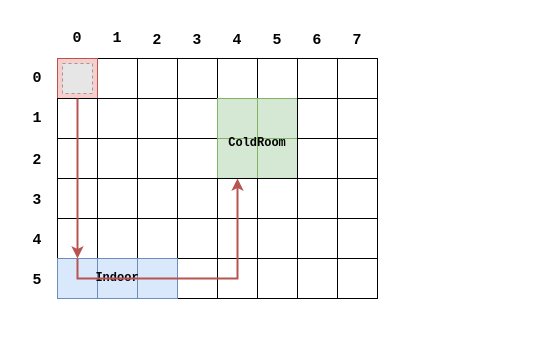
Above: Sprint0/userDocs/resources/draw/userStory3.drawio in LEOB3TA/ColdStorageService-Project (draw.io), before the change. Source tidied: cells renumbered, new cells numbered last; positions are measured from the earlier drawing's top-left corner, leaving out a move shared by most shapes. Both pictures are drawn from the tidied source at 100%, with x=0, y=0 at pixel (17, 18). Pictures stored in the file or linked from it are replaced by grey dashed boxes.
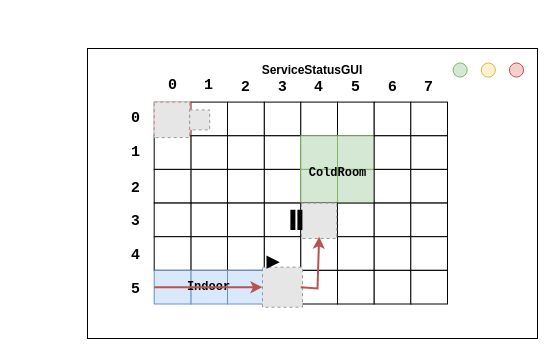
The same diagram, later.

The edit, as a diff of the source:
```diff
@@
+    <mxCell id="70" style="group;" parent="1" vertex="1">
+      <mxGeometry x="70" y="30" width="450" height="294.5" as="geometry" />
+    </mxCell>
+    <mxCell id="71" style="rounded=0;whiteSpace=wrap;html=1;" parent="70" vertex="1">
+      <mxGeometry width="450" height="290" as="geometry" />
+    </mxCell>
+    <mxCell id="72" value="&lt;h4&gt;ServiceStatusGUI&lt;/h4&gt;" style="text;html=1;strokeColor=none;fillColor=none;align=center;verticalAlign=middle;whiteSpace=wrap;rounded=0;" parent="70" vertex="1">
+      <mxGeometry x="182.8" width="84.4" height="43.5" as="geometry" />
+    </mxCell>
+    <mxCell id="73" style="ellipse;whiteSpace=wrap;html=1;fillColor=#f8cecc;strokeColor=#b85450;" parent="70" vertex="1">
+      <mxGeometry x="421.9" y="14.5" width="14.1" height="14.1" as="geometry" />
+    </mxCell>
+    <mxCell id="74" style="ellipse;whiteSpace=wrap;html=1;fillColor=#fff2cc;strokeColor=#d6b656;" parent="70" vertex="1">
+      <mxGeometry x="393.8" y="14.5" width="14.1" height="14.1" as="geometry" />
+    </mxCell>
+    <mxCell id="75" style="ellipse;whiteSpace=wrap;html=1;fillColor=#d5e8d4;strokeColor=#82b366;" parent="70" vertex="1">
+      <mxGeometry x="365.6" y="14.5" width="14.1" height="14.1" as="geometry" />
+    </mxCell>
-    <mxCell id="2" style="group;" parent="1" vertex="1">
-      <mxGeometry width="360" height="280" as="geometry" />
+    <mxCell id="2" style="group;" parent="70" vertex="1">
+      <mxGeometry x="30" y="20" width="330" height="238.7" as="geometry" />
     </mxCell>
     <mxCell id="3" style="rounded=0;whiteSpace=wrap;html=1;" parent="2" vertex="1">
-      <mxGeometry x="240" y="40" width="40" height="40" as="geometry" />
+      <mxGeometry x="220" y="33.6" width="36.7" height="33.6" as="geometry" />
     </mxCell>
     <mxCell id="4" style="rounded=0;whiteSpace=wrap;html=1;fillColor=#d5e8d4;strokeColor=#82b366;" parent="2" vertex="1">
-      <mxGeometry x="240" y="80" width="40" height="40" as="geometry" />
+      <mxGeometry x="220" y="67.3" width="36.7" height="33.6" as="geometry" />
     </mxCell>
     <mxCell id="5" style="rounded=0;whiteSpace=wrap;html=1;fillColor=#d5e8d4;strokeColor=#82b366;" parent="2" vertex="1">
-      <mxGeometry x="240" y="120" width="40" height="40" as="geometry" />
+      <mxGeometry x="220" y="100.9" width="36.7" height="33.6" as="geometry" />
     </mxCell>
     <mxCell id="6" style="rounded=0;whiteSpace=wrap;html=1;" parent="2" vertex="1">
-      <mxGeometry x="240" y="160" width="40" height="40" as="geometry" />
+      <mxGeometry x="220" y="134.6" width="36.7" height="33.6" as="geometry" />
     </mxCell>
     <mxCell id="7" style="rounded=0;whiteSpace=wrap;html=1;" parent="2" vertex="1">
-      <mxGeometry x="240" y="200" width="40" height="40" as="geometry" />
+      <mxGeometry x="220" y="168.2" width="36.7" height="33.6" as="geometry" />
     </mxCell>
     <mxCell id="8" style="rounded=0;whiteSpace=wrap;html=1;" parent="2" vertex="1">
-      <mxGeometry x="280" y="40" width="40" height="40" as="geometry" />
+      <mxGeometry x="256.7" y="33.6" width="36.7" height="33.6" as="geometry" />
     </mxCell>
     <mxCell id="9" style="rounded=0;whiteSpace=wrap;html=1;" parent="2" vertex="1">
-      <mxGeometry x="280" y="80" width="40" height="40" as="geometry" />
+      <mxGeometry x="256.7" y="67.3" width="36.7" height="33.6" as="geometry" />
     </mxCell>
     <mxCell id="10" style="rounded=0;whiteSpace=wrap;html=1;" parent="2" vertex="1">
-      <mxGeometry x="280" y="120" width="40" height="40" as="geometry" />
+      <mxGeometry x="256.7" y="100.9" width="36.7" height="33.6" as="geometry" />
     </mxCell>
     <mxCell id="11" style="rounded=0;whiteSpace=wrap;html=1;" parent="2" vertex="1">
-      <mxGeometry x="280" y="160" width="40" height="40" as="geometry" />
+      <mxGeometry x="256.7" y="134.6" width="36.7" height="33.6" as="geometry" />
     </mxCell>
     <mxCell id="12" style="rounded=0;whiteSpace=wrap;html=1;" parent="2" vertex="1">
-      <mxGeometry x="280" y="200" width="40" height="40" as="geometry" />
+      <mxGeometry x="256.7" y="168.2" width="36.7" height="33.6" as="geometry" />
     </mxCell>
     <mxCell id="13" style="rounded=0;whiteSpace=wrap;html=1;" parent="2" vertex="1">
-      <mxGeometry x="160" y="40" width="40" height="40" as="geometry" />
+      <mxGeometry x="146.7" y="33.6" width="36.7" height="33.6" as="geometry" />
     </mxCell>
     <mxCell id="14" style="rounded=0;whiteSpace=wrap;html=1;" parent="2" vertex="1">
-      <mxGeometry x="160" y="80" width="40" height="40" as="geometry" />
+      <mxGeometry x="146.7" y="67.3" width="36.7" height="33.6" as="geometry" />
     </mxCell>
     <mxCell id="15" style="rounded=0;whiteSpace=wrap;html=1;" parent="2" vertex="1">
-      <mxGeometry x="160" y="120" width="40" height="40" as="geometry" />
+      <mxGeometry x="146.7" y="100.9" width="36.7" height="33.6" as="geometry" />
     </mxCell>
     <mxCell id="16" style="rounded=0;whiteSpace=wrap;html=1;" parent="2" vertex="1">
-      <mxGeometry x="160" y="160" width="40" height="40" as="geometry" />
+      <mxGeometry x="146.7" y="134.6" width="36.7" height="33.6" as="geometry" />
     </mxCell>
     <mxCell id="17" style="rounded=0;whiteSpace=wrap;html=1;" parent="2" vertex="1">
-      <mxGeometry x="160" y="200" width="40" height="40" as="geometry" />
+      <mxGeometry x="146.7" y="168.2" width="36.7" height="33.6" as="geometry" />
     </mxCell>
     <mxCell id="18" style="rounded=0;whiteSpace=wrap;html=1;" parent="2" vertex="1">
-      <mxGeometry x="200" y="40" width="40" height="40" as="geometry" />
+      <mxGeometry x="183.3" y="33.6" width="36.7" height="33.6" as="geometry" />
     </mxCell>
     <mxCell id="19" style="rounded=0;whiteSpace=wrap;html=1;fillColor=#d5e8d4;strokeColor=#82b366;" parent="2" vertex="1">
-      <mxGeometry x="200" y="80" width="40" height="40" as="geometry" />
+      <mxGeometry x="183.3" y="67.3" width="36.7" height="33.6" as="geometry" />
     </mxCell>
     <mxCell id="20" style="rounded=0;whiteSpace=wrap;html=1;fillColor=#d5e8d4;strokeColor=#82b366;" parent="2" vertex="1">
-      <mxGeometry x="200" y="120" width="40" height="40" as="geometry" />
+      <mxGeometry x="183.3" y="100.9" width="36.7" height="33.6" as="geometry" />
     </mxCell>
     <mxCell id="21" style="rounded=0;whiteSpace=wrap;html=1;" parent="2" vertex="1">
-      <mxGeometry x="200" y="160" width="40" height="40" as="geometry" />
+      <mxGeometry x="183.3" y="134.6" width="36.7" height="33.6" as="geometry" />
     </mxCell>
     <mxCell id="22" style="rounded=0;whiteSpace=wrap;html=1;" parent="2" vertex="1">
-      <mxGeometry x="200" y="200" width="40" height="40" as="geometry" />
+      <mxGeometry x="183.3" y="168.2" width="36.7" height="33.6" as="geometry" />
     </mxCell>
     <mxCell id="23" style="rounded=0;whiteSpace=wrap;html=1;" parent="2" vertex="1">
-      <mxGeometry x="80" y="40" width="40" height="40" as="geometry" />
+      <mxGeometry x="73.3" y="33.6" width="36.7" height="33.6" as="geometry" />
     </mxCell>
     <mxCell id="24" style="rounded=0;whiteSpace=wrap;html=1;" parent="2" vertex="1">
-      <mxGeometry x="80" y="80" width="40" height="40" as="geometry" />
+      <mxGeometry x="73.3" y="67.3" width="36.7" height="33.6" as="geometry" />
     </mxCell>
     <mxCell id="25" style="rounded=0;whiteSpace=wrap;html=1;" parent="2" vertex="1">
-      <mxGeometry x="80" y="120" width="40" height="40" as="geometry" />
+      <mxGeometry x="73.3" y="100.9" width="36.7" height="33.6" as="geometry" />
     </mxCell>
     <mxCell id="26" style="rounded=0;whiteSpace=wrap;html=1;" parent="2" vertex="1">
-      <mxGeometry x="80" y="160" width="40" height="40" as="geometry" />
+      <mxGeometry x="73.3" y="134.6" width="36.7" height="33.6" as="geometry" />
     </mxCell>
     <mxCell id="27" style="rounded=0;whiteSpace=wrap;html=1;" parent="2" vertex="1">
-      <mxGeometry x="80" y="200" width="40" height="40" as="geometry" />
+      <mxGeometry x="73.3" y="168.2" width="36.7" height="33.6" as="geometry" />
     </mxCell>
     <mxCell id="28" style="rounded=0;whiteSpace=wrap;html=1;" parent="2" vertex="1">
-      <mxGeometry x="120" y="40" width="40" height="40" as="geometry" />
+      <mxGeometry x="110" y="33.6" width="36.7" height="33.6" as="geometry" />
     </mxCell>
     <mxCell id="29" style="rounded=0;whiteSpace=wrap;html=1;" parent="2" vertex="1">
-      <mxGeometry x="120" y="80" width="40" height="40" as="geometry" />
+      <mxGeometry x="110" y="67.3" width="36.7" height="33.6" as="geometry" />
     </mxCell>
     <mxCell id="30" style="rounded=0;whiteSpace=wrap;html=1;" parent="2" vertex="1">
-      <mxGeometry x="120" y="120" width="40" height="40" as="geometry" />
+      <mxGeometry x="110" y="100.9" width="36.7" height="33.6" as="geometry" />
     </mxCell>
     <mxCell id="31" style="rounded=0;whiteSpace=wrap;html=1;" parent="2" vertex="1">
-      <mxGeometry x="120" y="160" width="40" height="40" as="geometry" />
+      <mxGeometry x="110" y="134.6" width="36.7" height="33.6" as="geometry" />
     </mxCell>
     <mxCell id="32" style="rounded=0;whiteSpace=wrap;html=1;" parent="2" vertex="1">
-      <mxGeometry x="120" y="200" width="40" height="40" as="geometry" />
+      <mxGeometry x="110" y="168.2" width="36.7" height="33.6" as="geometry" />
     </mxCell>
     <mxCell id="33" style="rounded=0;whiteSpace=wrap;html=1;fillColor=#f8cecc;strokeColor=#b85450;" parent="2" vertex="1">
-      <mxGeometry x="40" y="40" width="40" height="40" as="geometry" />
+      <mxGeometry x="36.7" y="33.6" width="36.7" height="33.6" as="geometry" />
     </mxCell>
     <mxCell id="34" style="rounded=0;whiteSpace=wrap;html=1;" parent="2" vertex="1">
-      <mxGeometry x="40" y="80" width="40" height="40" as="geometry" />
+      <mxGeometry x="36.7" y="67.3" width="36.7" height="33.6" as="geometry" />
     </mxCell>
     <mxCell id="35" style="rounded=0;whiteSpace=wrap;html=1;" parent="2" vertex="1">
-      <mxGeometry x="40" y="120" width="40" height="40" as="geometry" />
+      <mxGeometry x="36.7" y="100.9" width="36.7" height="33.6" as="geometry" />
     </mxCell>
     <mxCell id="36" style="rounded=0;whiteSpace=wrap;html=1;" parent="2" vertex="1">
-      <mxGeometry x="40" y="160" width="40" height="40" as="geometry" />
+      <mxGeometry x="36.7" y="134.6" width="36.7" height="33.6" as="geometry" />
     </mxCell>
     <mxCell id="37" style="rounded=0;whiteSpace=wrap;html=1;" parent="2" vertex="1">
-      <mxGeometry x="40" y="200" width="40" height="40" as="geometry" />
+      <mxGeometry x="36.7" y="168.2" width="36.7" height="33.6" as="geometry" />
     </mxCell>
     <mxCell id="38" value="&lt;pre&gt;&lt;b&gt;&lt;font style=&quot;font-size: 15px;&quot;&gt;1&lt;/font&gt;&lt;/b&gt;&lt;/pre&gt;" style="text;html=1;strokeColor=none;fillColor=none;align=center;verticalAlign=middle;whiteSpace=wrap;rounded=0;" parent="2" vertex="1">
-      <mxGeometry x="80" width="40" height="40" as="geometry" />
+      <mxGeometry x="73.3" width="36.7" height="33.6" as="geometry" />
     </mxCell>
     <mxCell id="39" value="&lt;b&gt;&lt;font style=&quot;font-size: 15px;&quot;&gt;2&lt;/font&gt;&lt;/b&gt;" style="text;html=1;strokeColor=none;fillColor=none;align=center;verticalAlign=middle;whiteSpace=wrap;rounded=0;" parent="2" vertex="1">
-      <mxGeometry x="120" width="40" height="40" as="geometry" />
+      <mxGeometry x="110" width="36.7" height="33.6" as="geometry" />
     </mxCell>
     <mxCell id="40" value="&lt;font size=&quot;1&quot;&gt;&lt;b style=&quot;font-size: 15px;&quot;&gt;3&lt;/b&gt;&lt;/font&gt;" style="text;html=1;strokeColor=none;fillColor=none;align=center;verticalAlign=middle;whiteSpace=wrap;rounded=0;" parent="2" vertex="1">
-      <mxGeometry x="160" width="40" height="40" as="geometry" />
+      <mxGeometry x="146.7" width="36.7" height="33.6" as="geometry" />
     </mxCell>
     <mxCell id="41" value="&lt;b style=&quot;font-size: 15px;&quot;&gt;4&lt;/b&gt;" style="text;html=1;strokeColor=none;fillColor=none;align=center;verticalAlign=middle;whiteSpace=wrap;rounded=0;" parent="2" vertex="1">
-      <mxGeometry x="200" width="40" height="40" as="geometry" />
+      <mxGeometry x="183.3" width="36.7" height="33.6" as="geometry" />
     </mxCell>
     <mxCell id="42" value="&lt;font size=&quot;1&quot;&gt;&lt;b style=&quot;font-size: 15px;&quot;&gt;5&lt;/b&gt;&lt;/font&gt;" style="text;html=1;strokeColor=none;fillColor=none;align=center;verticalAlign=middle;whiteSpace=wrap;rounded=0;" parent="2" vertex="1">
-      <mxGeometry x="240" width="40" height="40" as="geometry" />
+      <mxGeometry x="220" width="36.7" height="33.6" as="geometry" />
     </mxCell>
     <mxCell id="43" value="&lt;font size=&quot;1&quot;&gt;&lt;b style=&quot;font-size: 15px;&quot;&gt;6&lt;/b&gt;&lt;/font&gt;" style="text;html=1;strokeColor=none;fillColor=none;align=center;verticalAlign=middle;whiteSpace=wrap;rounded=0;" parent="2" vertex="1">
-      <mxGeometry x="280" width="40" height="40" as="geometry" />
+      <mxGeometry x="256.7" width="36.7" height="33.6" as="geometry" />
     </mxCell>
     <mxCell id="44" value="&lt;font size=&quot;1&quot;&gt;&lt;b style=&quot;font-size: 15px;&quot;&gt;7&lt;/b&gt;&lt;/font&gt;" style="text;html=1;strokeColor=none;fillColor=none;align=center;verticalAlign=middle;whiteSpace=wrap;rounded=0;" parent="2" vertex="1">
-      <mxGeometry x="320" width="40" height="40" as="geometry" />
+      <mxGeometry x="293.3" width="36.7" height="33.6" as="geometry" />
     </mxCell>
     <mxCell id="45" value="&lt;pre&gt;&lt;b&gt;&lt;font style=&quot;font-size: 15px;&quot;&gt;1&lt;/font&gt;&lt;/b&gt;&lt;/pre&gt;" style="text;html=1;strokeColor=none;fillColor=none;align=center;verticalAlign=middle;whiteSpace=wrap;rounded=0;" parent="2" vertex="1">
-      <mxGeometry y="80" width="40" height="40" as="geometry" />
+      <mxGeometry y="67.3" width="36.7" height="33.6" as="geometry" />
     </mxCell>
     <mxCell id="46" value="&lt;b&gt;&lt;font style=&quot;font-size: 15px;&quot;&gt;2&lt;/font&gt;&lt;/b&gt;" style="text;html=1;strokeColor=none;fillColor=none;align=center;verticalAlign=middle;whiteSpace=wrap;rounded=0;" parent="2" vertex="1">
-      <mxGeometry y="120" width="40" height="40" as="geometry" />
+      <mxGeometry y="100.9" width="36.7" height="33.6" as="geometry" />
     </mxCell>
     <mxCell id="47" value="&lt;font size=&quot;1&quot;&gt;&lt;b style=&quot;font-size: 15px;&quot;&gt;3&lt;/b&gt;&lt;/font&gt;" style="text;html=1;strokeColor=none;fillColor=none;align=center;verticalAlign=middle;whiteSpace=wrap;rounded=0;" parent="2" vertex="1">
-      <mxGeometry y="160" width="40" height="40" as="geometry" />
+      <mxGeometry y="134.6" width="36.7" height="33.6" as="geometry" />
     </mxCell>
     <mxCell id="48" value="&lt;b style=&quot;font-size: 15px;&quot;&gt;4&lt;/b&gt;" style="text;html=1;strokeColor=none;fillColor=none;align=center;verticalAlign=middle;whiteSpace=wrap;rounded=0;" parent="2" vertex="1">
-      <mxGeometry y="200" width="40" height="40" as="geometry" />
+      <mxGeometry y="168.2" width="36.7" height="33.6" as="geometry" />
     </mxCell>
     <mxCell id="49" value="&lt;font size=&quot;1&quot;&gt;&lt;b style=&quot;font-size: 15px;&quot;&gt;5&lt;/b&gt;&lt;/font&gt;" style="text;html=1;strokeColor=none;fillColor=none;align=center;verticalAlign=middle;whiteSpace=wrap;rounded=0;" parent="2" vertex="1">
-      <mxGeometry y="240" width="40" height="40" as="geometry" />
+      <mxGeometry y="201.9" width="36.7" height="33.6" as="geometry" />
     </mxCell>
     <mxCell id="50" style="rounded=0;whiteSpace=wrap;html=1;" parent="2" vertex="1">
-      <mxGeometry x="320" y="40" width="40" height="40" as="geometry" />
+      <mxGeometry x="293.3" y="33.6" width="36.7" height="33.6" as="geometry" />
     </mxCell>
     <mxCell id="51" style="rounded=0;whiteSpace=wrap;html=1;" parent="2" vertex="1">
-      <mxGeometry x="320" y="80" width="40" height="40" as="geometry" />
+      <mxGeometry x="293.3" y="67.3" width="36.7" height="33.6" as="geometry" />
     </mxCell>
     <mxCell id="52" style="rounded=0;whiteSpace=wrap;html=1;" parent="2" vertex="1">
-      <mxGeometry x="320" y="120" width="40" height="40" as="geometry" />
+      <mxGeometry x="293.3" y="100.9" width="36.7" height="33.6" as="geometry" />
     </mxCell>
     <mxCell id="53" style="rounded=0;whiteSpace=wrap;html=1;" parent="2" vertex="1">
-      <mxGeometry x="320" y="160" width="40" height="40" as="geometry" />
+      <mxGeometry x="293.3" y="134.6" width="36.7" height="33.6" as="geometry" />
     </mxCell>
     <mxCell id="54" style="rounded=0;whiteSpace=wrap;html=1;" parent="2" vertex="1">
-      <mxGeometry x="320" y="200" width="40" height="40" as="geometry" />
+      <mxGeometry x="293.3" y="168.2" width="36.7" height="33.6" as="geometry" />
     </mxCell>
     <mxCell id="55" style="rounded=0;whiteSpace=wrap;html=1;" parent="2" vertex="1">
-      <mxGeometry x="240" y="240" width="40" height="40" as="geometry" />
+      <mxGeometry x="220" y="201.9" width="36.7" height="33.6" as="geometry" />
     </mxCell>
     <mxCell id="56" style="rounded=0;whiteSpace=wrap;html=1;" parent="2" vertex="1">
-      <mxGeometry x="280" y="240" width="40" height="40" as="geometry" />
+      <mxGeometry x="256.7" y="201.9" width="36.7" height="33.6" as="geometry" />
     </mxCell>
     <mxCell id="57" style="rounded=0;whiteSpace=wrap;html=1;" parent="2" vertex="1">
-      <mxGeometry x="160" y="240" width="40" height="40" as="geometry" />
+      <mxGeometry x="146.7" y="201.9" width="36.7" height="33.6" as="geometry" />
     </mxCell>
     <mxCell id="58" style="rounded=0;whiteSpace=wrap;html=1;" parent="2" vertex="1">
-      <mxGeometry x="200" y="240" width="40" height="40" as="geometry" />
+      <mxGeometry x="183.3" y="201.9" width="36.7" height="33.6" as="geometry" />
     </mxCell>
     <mxCell id="59" style="rounded=0;whiteSpace=wrap;html=1;fillColor=#dae8fc;strokeColor=#6c8ebf;" parent="2" vertex="1">
-      <mxGeometry x="80" y="240" width="40" height="40" as="geometry" />
+      <mxGeometry x="73.3" y="201.9" width="36.7" height="33.6" as="geometry" />
     </mxCell>
     <mxCell id="60" style="rounded=0;whiteSpace=wrap;html=1;fillColor=#dae8fc;strokeColor=#6c8ebf;" parent="2" vertex="1">
-      <mxGeometry x="120" y="240" width="40" height="40" as="geometry" />
+      <mxGeometry x="110" y="201.9" width="36.7" height="33.6" as="geometry" />
     </mxCell>
     <mxCell id="61" style="rounded=0;whiteSpace=wrap;html=1;fillColor=#dae8fc;strokeColor=#6c8ebf;" parent="2" vertex="1">
-      <mxGeometry x="40" y="240" width="40" height="40" as="geometry" />
+      <mxGeometry x="36.7" y="201.9" width="36.7" height="33.6" as="geometry" />
     </mxCell>
     <mxCell id="62" style="rounded=0;whiteSpace=wrap;html=1;" parent="2" vertex="1">
-      <mxGeometry x="320" y="240" width="40" height="40" as="geometry" />
+      <mxGeometry x="293.3" y="201.9" width="36.7" height="33.6" as="geometry" />
     </mxCell>
     <mxCell id="63" value="&lt;pre&gt;&lt;b&gt;&lt;font style=&quot;font-size: 15px;&quot;&gt;0&lt;/font&gt;&lt;/b&gt;&lt;/pre&gt;" style="text;html=1;strokeColor=none;fillColor=none;align=center;verticalAlign=middle;whiteSpace=wrap;rounded=0;" parent="2" vertex="1">
-      <mxGeometry x="40" width="40" height="40" as="geometry" />
+      <mxGeometry x="36.7" width="36.7" height="33.6" as="geometry" />
     </mxCell>
     <mxCell id="64" value="&lt;pre&gt;&lt;b&gt;&lt;font style=&quot;font-size: 15px;&quot;&gt;0&lt;/font&gt;&lt;/b&gt;&lt;/pre&gt;" style="text;html=1;strokeColor=none;fillColor=none;align=center;verticalAlign=middle;whiteSpace=wrap;rounded=0;" parent="2" vertex="1">
-      <mxGeometry y="40" width="40" height="40" as="geometry" />
+      <mxGeometry y="33.6" width="36.7" height="33.6" as="geometry" />
     </mxCell>
     <mxCell id="65" value="&lt;pre&gt;&lt;b&gt;ColdRoom&lt;/b&gt;&lt;/pre&gt;" style="text;html=1;strokeColor=none;fillColor=none;align=center;verticalAlign=middle;whiteSpace=wrap;rounded=0;" parent="2" vertex="1">
-      <mxGeometry x="210" y="110" width="60" height="30" as="geometry" />
+      <mxGeometry x="192.5" y="92.5" width="55" height="25.2" as="geometry" />
     </mxCell>
     <mxCell id="66" value="&lt;pre&gt;&lt;b&gt;Indoor&lt;/b&gt;&lt;/pre&gt;" style="text;html=1;strokeColor=none;fillColor=none;align=center;verticalAlign=middle;whiteSpace=wrap;rounded=0;" parent="2" vertex="1">
-      <mxGeometry x="70" y="245" width="60" height="30" as="geometry" />
+      <mxGeometry x="64.2" y="206.1" width="55" height="25.2" as="geometry" />
     </mxCell>
-    <mxCell id="67" style="fillColor=#E6E6E6;strokeColor=#999999;dashed=1;html=1;verticalAlign=top;verticalLabelPosition=bottom;labelBackgroundColor=#ffffff;" parent="2" vertex="1">
-      <mxGeometry x="45" y="45" width="30" height="30" as="geometry" />
-    </mxCell>
-    <mxCell id="68" style="endArrow=classic;html=1;rounded=0;exitX=0.5;exitY=0;exitDx=0;exitDy=0;entryX=0.5;entryY=1;entryDx=0;entryDy=0;fillColor=#f8cecc;strokeColor=#b85450;strokeWidth=2;" parent="2" edge="1" source="34" target="37">
-      <mxGeometry relative="1" as="geometry" />
-    </mxCell>
-    <mxCell id="69" style="endArrow=classic;html=1;rounded=0;exitX=0.5;exitY=0;exitDx=0;exitDy=0;entryX=0.5;entryY=0;entryDx=0;entryDy=0;fillColor=#f8cecc;strokeColor=#b85450;strokeWidth=2;" parent="2" edge="1" source="61" target="21">
-      <mxGeometry relative="1" as="geometry">
-        <Array as="points">
-          <mxPoint x="60" y="260" />
-          <mxPoint x="220" y="260" />
-        </Array>
-      </mxGeometry>
-    </mxCell>
+    <mxCell id="76" style="fillColor=#E6E6E6;strokeColor=#999999;dashed=1;html=1;verticalAlign=top;verticalLabelPosition=bottom;labelBackgroundColor=#ffffff;" parent="2" vertex="1">
+      <mxGeometry x="36.7" y="33.6" width="35.5" height="35.5" as="geometry" />
+    </mxCell>
+    <mxCell id="77" style="fillColor=#E6E6E6;strokeColor=#999999;dashed=1;html=1;verticalAlign=top;verticalLabelPosition=bottom;labelBackgroundColor=#ffffff;" parent="2" vertex="1">
+      <mxGeometry x="183.9" y="134.6" width="35.4" height="35.4" as="geometry" />
+    </mxCell>
+    <mxCell id="78" style="fillColor=#E6E6E6;strokeColor=#999999;dashed=1;html=1;verticalAlign=top;verticalLabelPosition=bottom;labelBackgroundColor=#ffffff;" parent="2" vertex="1">
+      <mxGeometry x="145" y="198.7" width="40" height="40" as="geometry" />
+    </mxCell>
+    <mxCell id="79" style="endArrow=classic;html=1;rounded=0;exitX=0;exitY=0.5;exitDx=0;exitDy=0;entryX=0;entryY=0.5;entryDx=0;entryDy=0;fillColor=#f8cecc;strokeColor=#b85450;strokeWidth=2;" parent="2" edge="1" source="61" target="78">
+      <mxGeometry relative="1" as="geometry" />
+    </mxCell>
+    <mxCell id="80" style="endArrow=classic;html=1;rounded=0;exitX=0;exitY=0.5;exitDx=0;exitDy=0;entryX=0.5;entryY=0;entryDx=0;entryDy=0;fillColor=#f8cecc;strokeColor=#b85450;strokeWidth=2;" parent="2" edge="1" source="58" target="22">
+      <mxGeometry relative="1" as="geometry">
+        <Array as="points">
+          <mxPoint x="200" y="220" />
+        </Array>
+      </mxGeometry>
+    </mxCell>
+    <mxCell id="81" style="fillColor=#E6E6E6;strokeColor=#999999;dashed=1;html=1;verticalAlign=top;verticalLabelPosition=bottom;labelBackgroundColor=#ffffff;" parent="2" vertex="1">
+      <mxGeometry x="72.2" y="41.4" width="20" height="20" as="geometry" />
+    </mxCell>
+    <mxCell id="82" style="html=1;verticalLabelPosition=bottom;align=center;labelBackgroundColor=#ffffff;verticalAlign=top;strokeWidth=2;strokeColor=#000000;shadow=0;dashed=0;shape=mxgraph.ios7.icons.pause;fillColor=#000000;" parent="2" vertex="1">
+      <mxGeometry x="173.9" y="142.3" width="10" height="18.1" as="geometry" />
+    </mxCell>
+    <mxCell id="83" style="html=1;verticalLabelPosition=bottom;align=center;labelBackgroundColor=#ffffff;verticalAlign=top;strokeWidth=2;strokeColor=#000000;shadow=0;dashed=0;shape=mxgraph.ios7.icons.play;fillColor=#000000;" parent="2" vertex="1">
+      <mxGeometry x="150" y="188.7" width="10" height="10" as="geometry" />
+    </mxCell>
```
